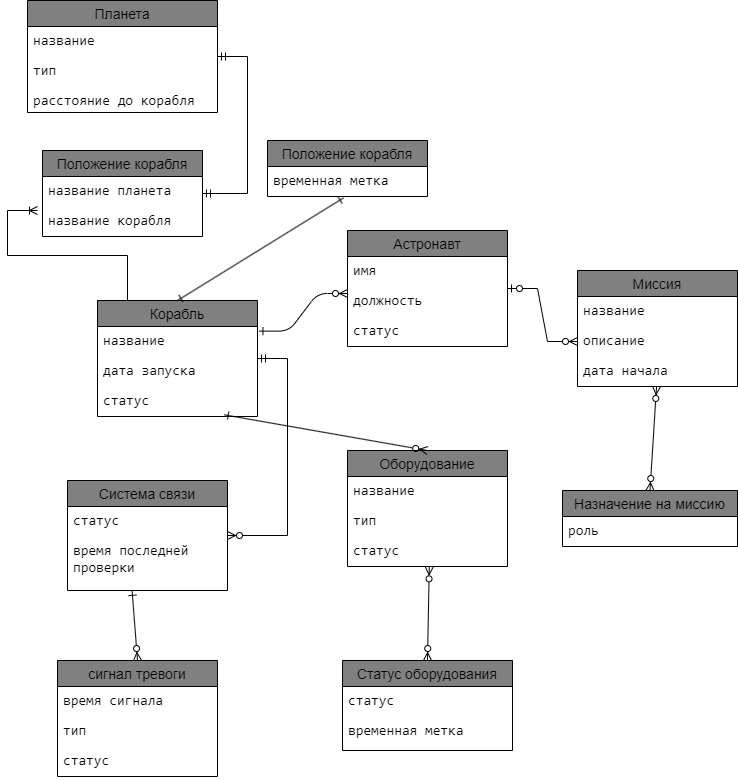
This is Database/labs/lab1/DatabaseLab1.drawio.png from ivanstylish/ITMO-Study-Note, a draw.io export, as it was before one commit. Source tidied: cells renumbered, new cells last; positions are measured from the earlier drawing's top-left corner, leaving out a move shared by most shapes.
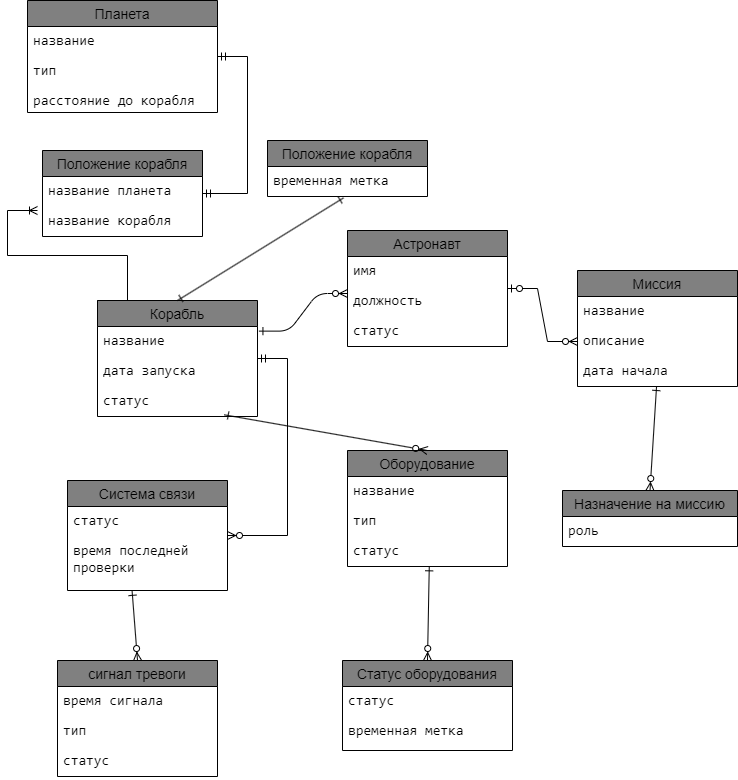
Later version of the same file.

The edit, as a diff of the source:
```diff
@@ -115,10 +115,10 @@
     <mxCell id="38" style="endArrow=ERzeroToMany;html=1;rounded=0;exitX=0.404;exitY=1.016;exitDx=0;exitDy=0;exitPerimeter=0;entryX=0.5;entryY=0;entryDx=0;entryDy=0;startArrow=ERone;startFill=0;endFill=0;" parent="1" edge="1" source="25" target="29">
       <mxGeometry relative="1" as="geometry" />
     </mxCell>
-    <mxCell id="39" style="endArrow=ERzeroToMany;html=1;rounded=0;entryX=0.5;entryY=0;entryDx=0;entryDy=0;startArrow=ERzeroToMany;startFill=0;endFill=0;" parent="1" edge="1" source="22" target="35">
+    <mxCell id="39" style="endArrow=ERzeroToMany;html=1;rounded=0;entryX=0.5;entryY=0;entryDx=0;entryDy=0;startArrow=ERone;startFill=0;endFill=0;" parent="1" edge="1" source="22" target="35">
       <mxGeometry relative="1" as="geometry" />
     </mxCell>
-    <mxCell id="40" style="endArrow=ERzeroToMany;html=1;rounded=0;exitX=0.511;exitY=1.011;exitDx=0;exitDy=0;exitPerimeter=0;entryX=0.5;entryY=0;entryDx=0;entryDy=0;startArrow=ERzeroToMany;startFill=0;endFill=0;" parent="1" edge="1" source="18" target="26">
+    <mxCell id="40" style="endArrow=ERzeroToMany;html=1;rounded=0;exitX=0.511;exitY=1.011;exitDx=0;exitDy=0;exitPerimeter=0;entryX=0.5;entryY=0;entryDx=0;entryDy=0;startArrow=ERone;startFill=0;endFill=0;" parent="1" edge="1" source="18" target="26">
       <mxGeometry relative="1" as="geometry" />
     </mxCell>
     <mxCell id="41" style="endArrow=ERzeroToMany;html=1;rounded=0;entryX=0.5;entryY=0;entryDx=0;entryDy=0;exitX=0.792;exitY=0.944;exitDx=0;exitDy=0;exitPerimeter=0;startArrow=ERone;startFill=0;endFill=0;" parent="1" edge="1" source="6" target="15">
```
